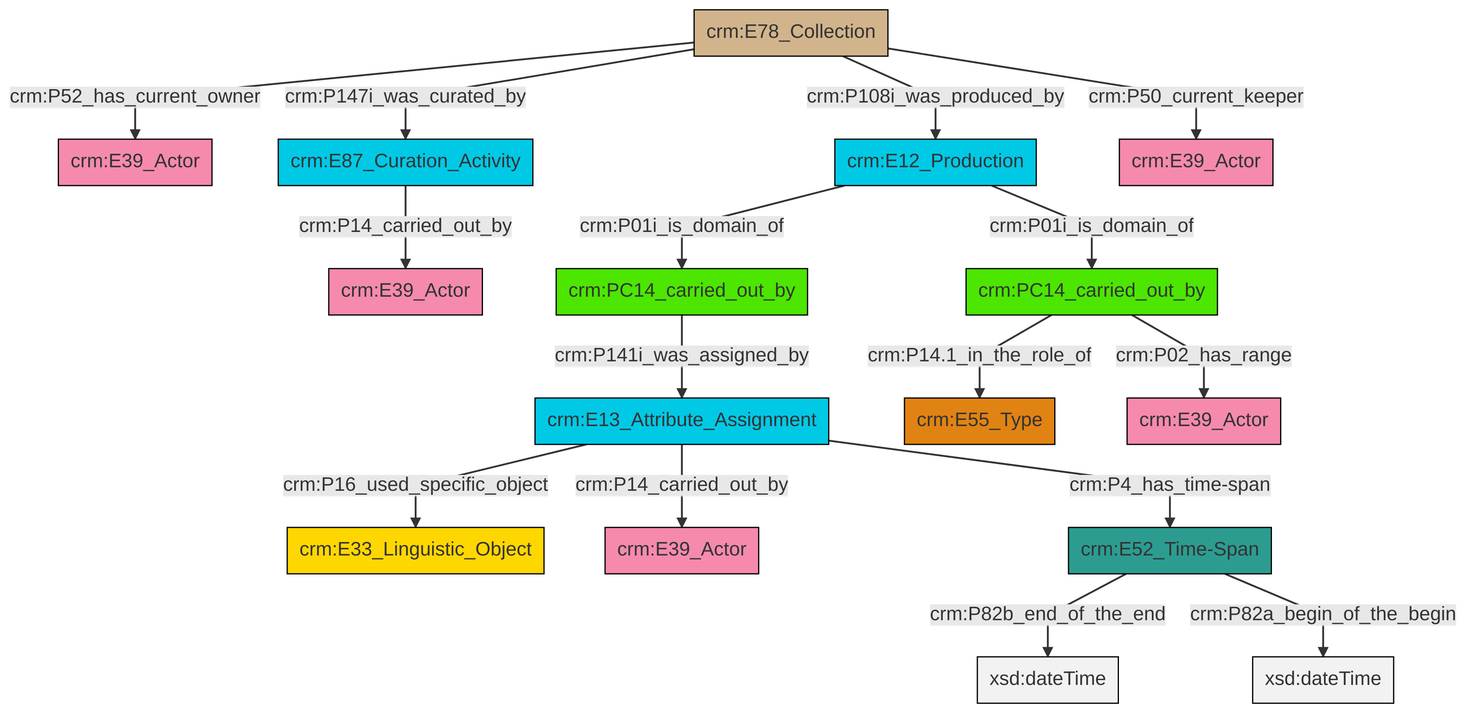
This is et/archivalCSV/ttl/mmd/png/archival_relation.png from swiss-art-research-net/docs.swissartresearch, a Mermaid export, as it was before one commit. Its source is kept beside it as et/archivalCSV/ttl/mmd/archival_relation.ttl.mmd.
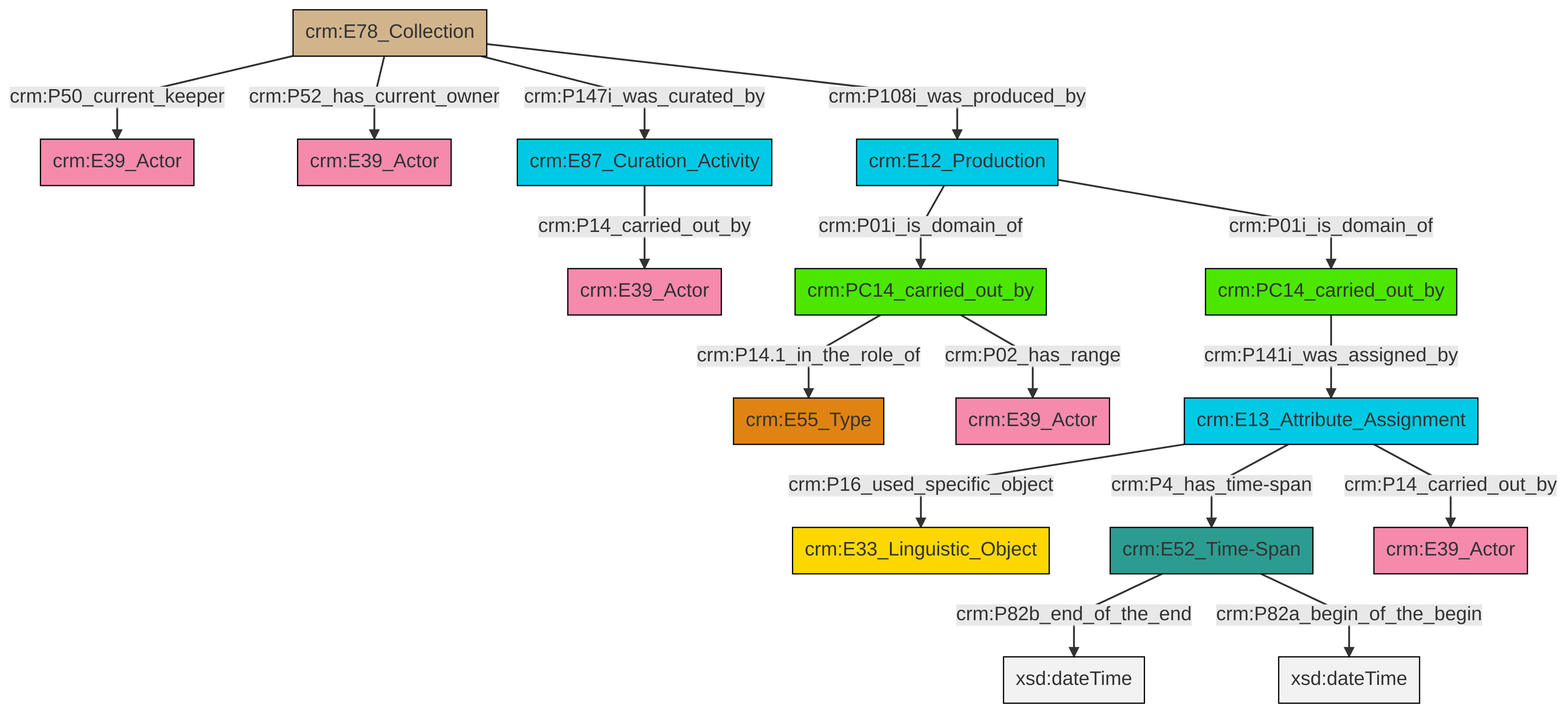
Above is the later version.

What changed in the source:
```diff
@@ -13,18 +13,18 @@
 classDef PC_Classes fill:#4ce600, stroke:#000000;
 classDef Multi fill:#cccccc,stroke:#000000;
 
-0["crm:E13_Attribute_Assignment"]:::Temporal_Entity -->|crm:P16_used_specific_object| 1["crm:E33_Linguistic_Object"]:::Conceptual_Object
-2["crm:E78_Collection"]:::Physical_Thing -->|crm:P52_has_current_owner| 3["crm:E39_Actor"]:::Actor
-6["crm:E87_Curation_Activity"]:::Temporal_Entity -->|crm:P14_carried_out_by| 7["crm:E39_Actor"]:::Actor
-9["crm:E12_Production"]:::Temporal_Entity -->|crm:P01i_is_domain_of| 10["crm:PC14_carried_out_by"]:::PC_Classes
-10["crm:PC14_carried_out_by"]:::PC_Classes -->|crm:P14.1_in_the_role_of| 4["crm:E55_Type"]:::Type
-10["crm:PC14_carried_out_by"]:::PC_Classes -->|crm:P02_has_range| 16["crm:E39_Actor"]:::Actor
-0["crm:E13_Attribute_Assignment"]:::Temporal_Entity -->|crm:P4_has_time-span| 13["crm:E52_Time-Span"]:::Time-Span
-2["crm:E78_Collection"]:::Physical_Thing -->|crm:P147i_was_curated_by| 6["crm:E87_Curation_Activity"]:::Temporal_Entity
-13["crm:E52_Time-Span"]:::Time-Span -->|crm:P82b_end_of_the_end| 21[xsd:dateTime]:::Literal
-13["crm:E52_Time-Span"]:::Time-Span -->|crm:P82a_begin_of_the_begin| 23[xsd:dateTime]:::Literal
-9["crm:E12_Production"]:::Temporal_Entity -->|crm:P01i_is_domain_of| 27["crm:PC14_carried_out_by"]:::PC_Classes
-27["crm:PC14_carried_out_by"]:::PC_Classes -->|crm:P141i_was_assigned_by| 0["crm:E13_Attribute_Assignment"]:::Temporal_Entity
-2["crm:E78_Collection"]:::Physical_Thing -->|crm:P108i_was_produced_by| 9["crm:E12_Production"]:::Temporal_Entity
-2["crm:E78_Collection"]:::Physical_Thing -->|crm:P50_current_keeper| 24["crm:E39_Actor"]:::Actor
-0["crm:E13_Attribute_Assignment"]:::Temporal_Entity -->|crm:P14_carried_out_by| 11["crm:E39_Actor"]:::Actor
+0["crm:E78_Collection"]:::Physical_Thing -->|crm:P50_current_keeper| 1["crm:E39_Actor"]:::Actor
+4["crm:PC14_carried_out_by"]:::PC_Classes -->|crm:P14.1_in_the_role_of| 5["crm:E55_Type"]:::Type
+10["crm:E13_Attribute_Assignment"]:::Temporal_Entity -->|crm:P16_used_specific_object| 11["crm:E33_Linguistic_Object"]:::Conceptual_Object
+0["crm:E78_Collection"]:::Physical_Thing -->|crm:P52_has_current_owner| 15["crm:E39_Actor"]:::Actor
+16["crm:E12_Production"]:::Temporal_Entity -->|crm:P01i_is_domain_of| 6["crm:PC14_carried_out_by"]:::PC_Classes
+16["crm:E12_Production"]:::Temporal_Entity -->|crm:P01i_is_domain_of| 4["crm:PC14_carried_out_by"]:::PC_Classes
+10["crm:E13_Attribute_Assignment"]:::Temporal_Entity -->|crm:P4_has_time-span| 13["crm:E52_Time-Span"]:::Time-Span
+0["crm:E78_Collection"]:::Physical_Thing -->|crm:P147i_was_curated_by| 17["crm:E87_Curation_Activity"]:::Temporal_Entity
+13["crm:E52_Time-Span"]:::Time-Span -->|crm:P82b_end_of_the_end| 18[xsd:dateTime]:::Literal
+10["crm:E13_Attribute_Assignment"]:::Temporal_Entity -->|crm:P14_carried_out_by| 20["crm:E39_Actor"]:::Actor
+17["crm:E87_Curation_Activity"]:::Temporal_Entity -->|crm:P14_carried_out_by| 2["crm:E39_Actor"]:::Actor
+4["crm:PC14_carried_out_by"]:::PC_Classes -->|crm:P02_has_range| 8["crm:E39_Actor"]:::Actor
+6["crm:PC14_carried_out_by"]:::PC_Classes -->|crm:P141i_was_assigned_by| 10["crm:E13_Attribute_Assignment"]:::Temporal_Entity
+0["crm:E78_Collection"]:::Physical_Thing -->|crm:P108i_was_produced_by| 16["crm:E12_Production"]:::Temporal_Entity
+13["crm:E52_Time-Span"]:::Time-Span -->|crm:P82a_begin_of_the_begin| 28[xsd:dateTime]:::Literal
```
